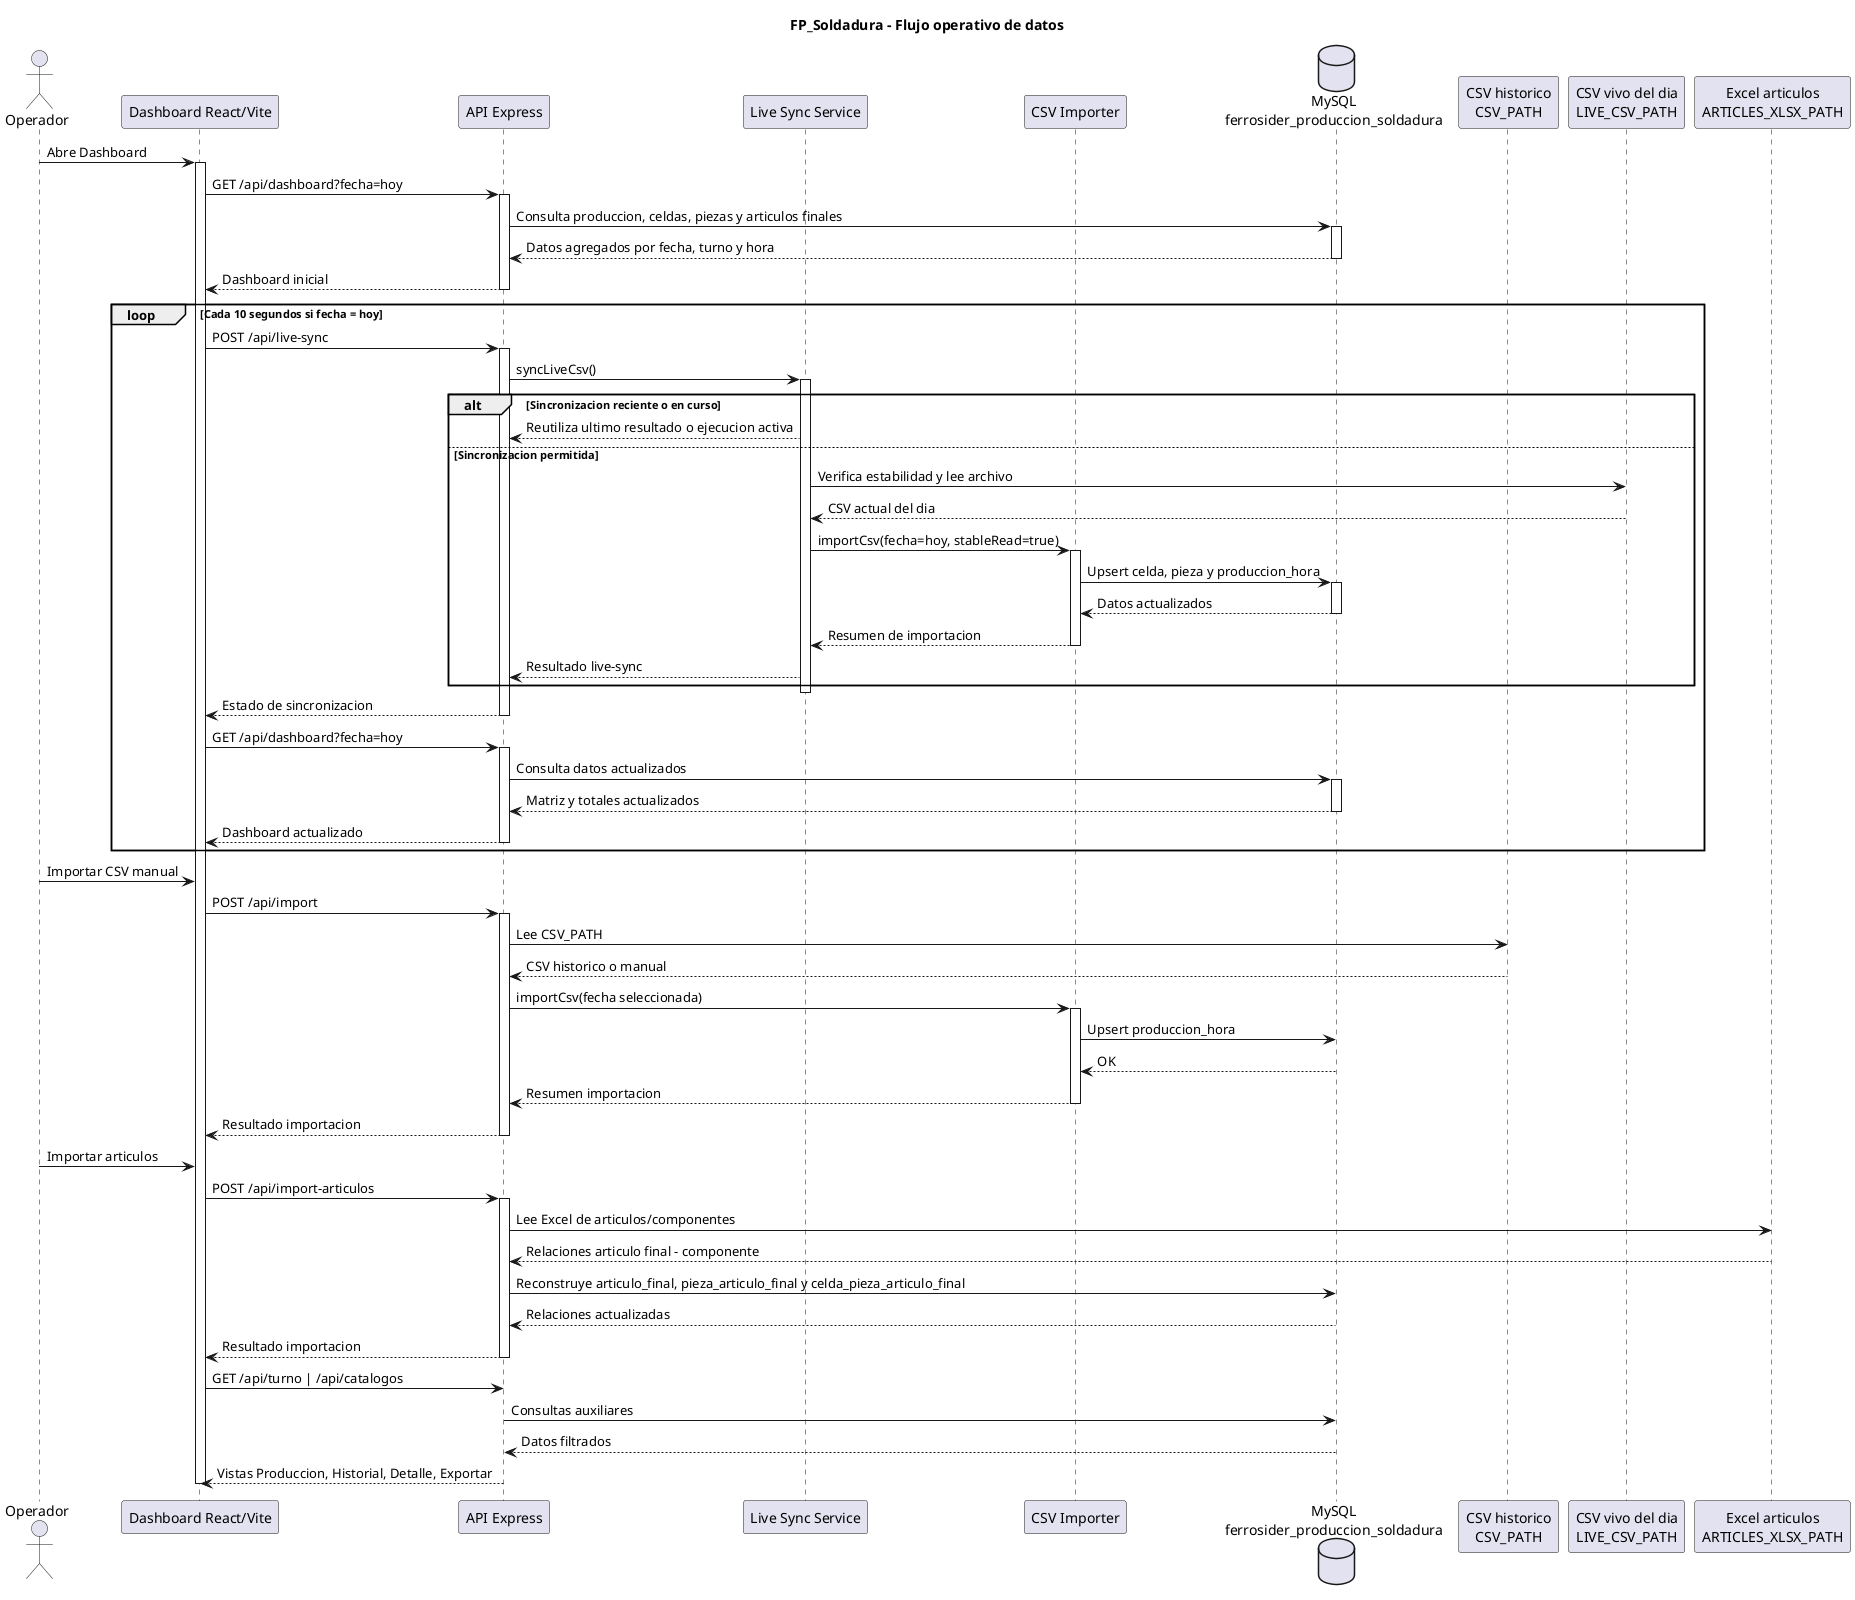
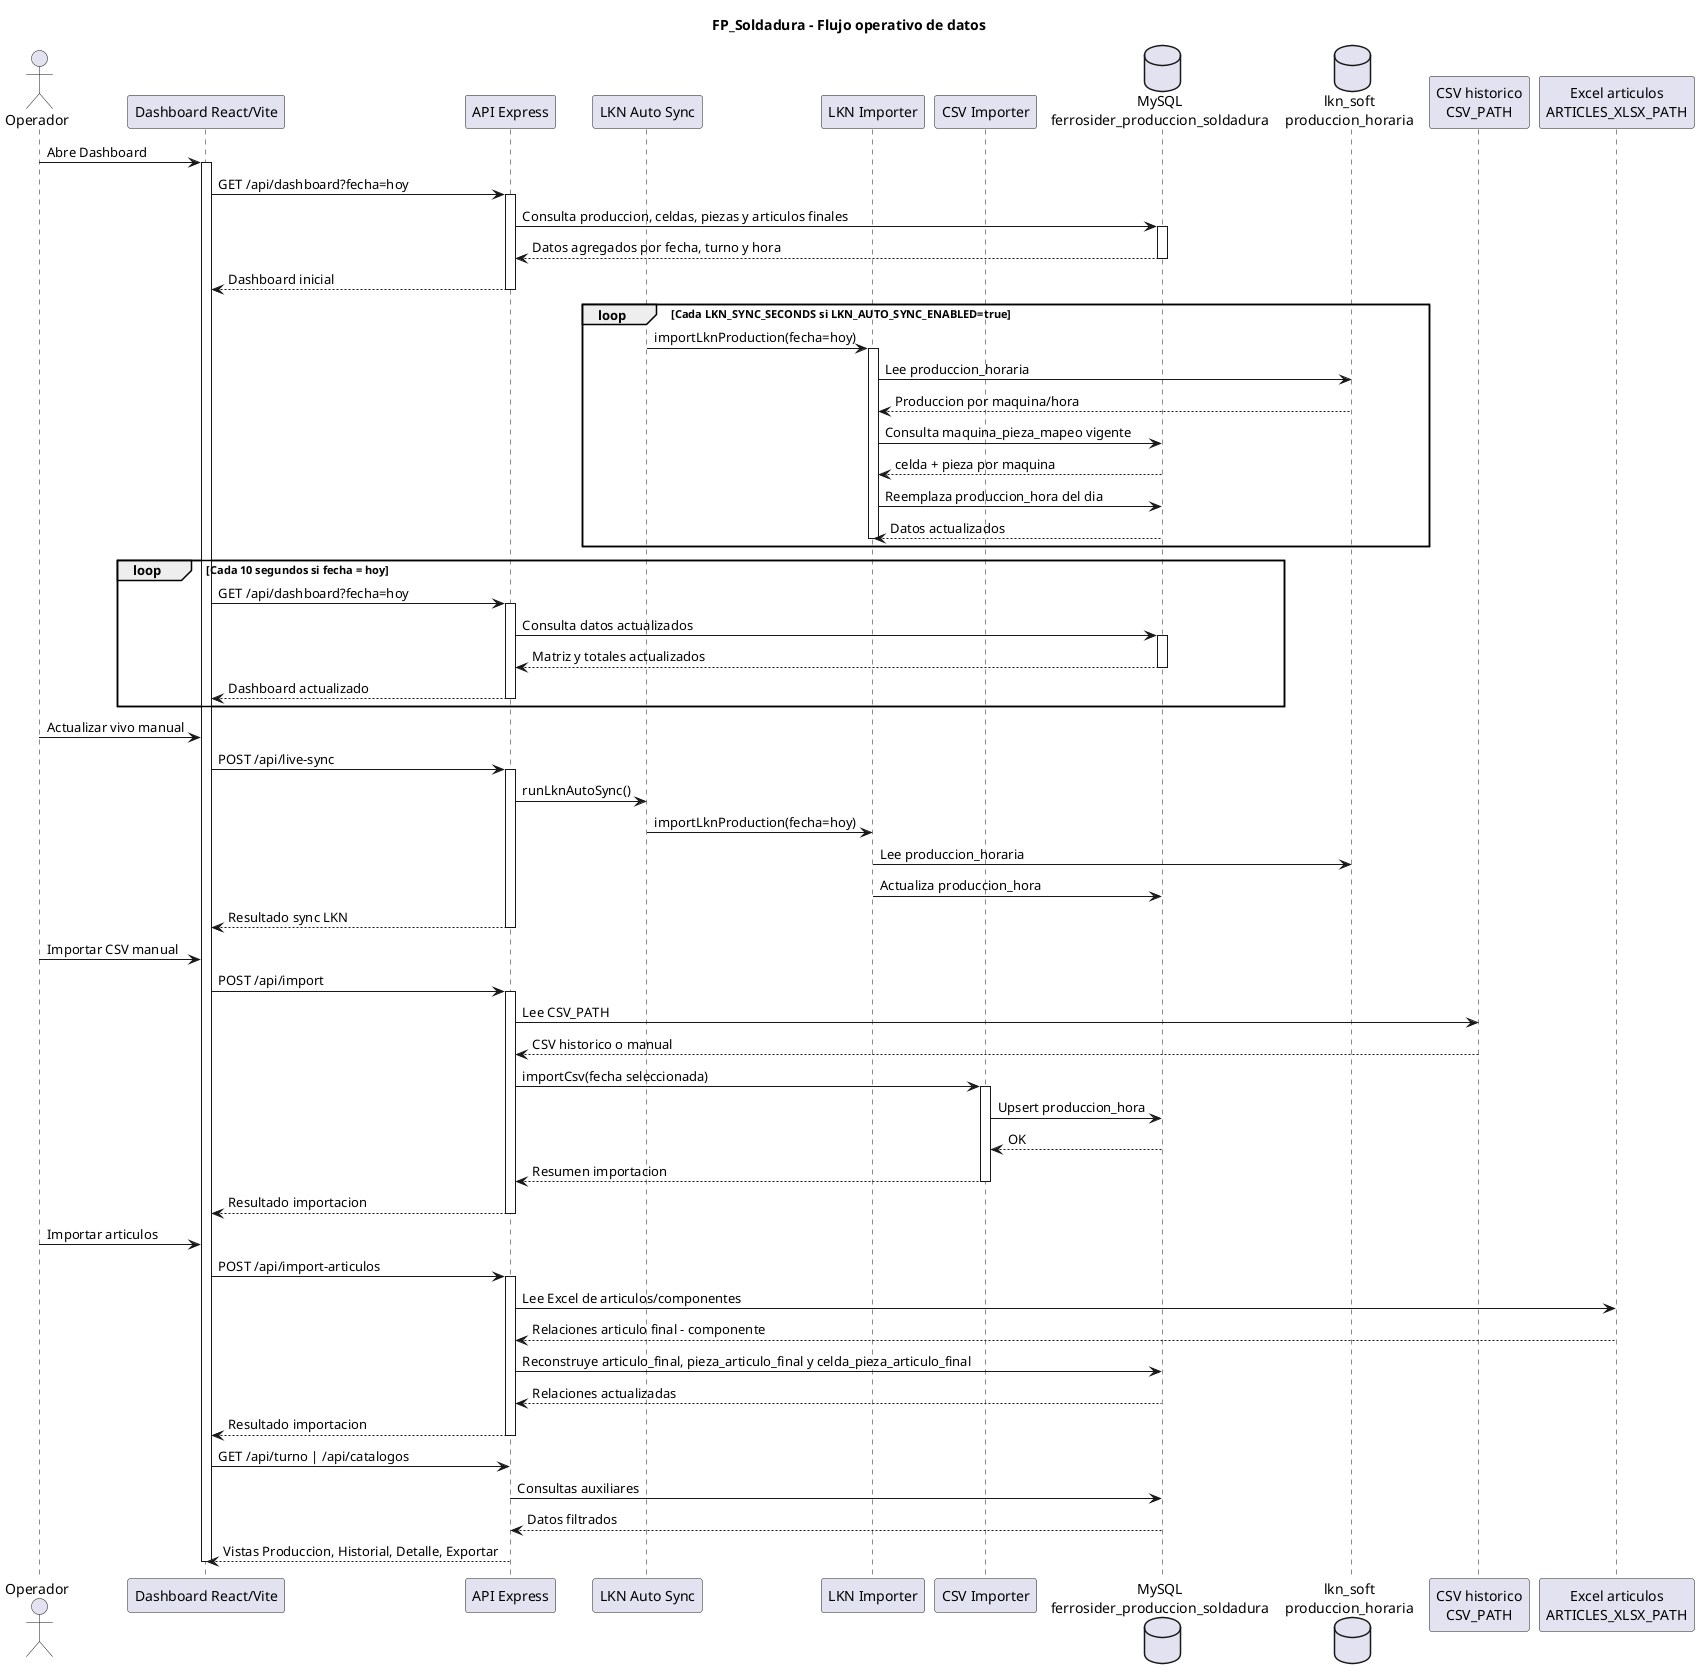
@startuml
title FP_Soldadura - Flujo operativo de datos

actor Operador
participant "Dashboard React/Vite" as Frontend
participant "API Express" as API
- participant "Live Sync Service" as LiveSync
+ participant "LKN Auto Sync" as LknSync
+ participant "LKN Importer" as LknImporter
participant "CSV Importer" as Importer
database "MySQL\nferrosider_produccion_soldadura" as DB
+ database "lkn_soft\nproduccion_horaria" as Lkn
participant "CSV historico\nCSV_PATH" as CsvManual
- participant "CSV vivo del dia\nLIVE_CSV_PATH" as CsvLive
participant "Excel articulos\nARTICLES_XLSX_PATH" as Excel

Operador -> Frontend : Abre Dashboard
activate Frontend
Frontend -> API : GET /api/dashboard?fecha=hoy
activate API
API -> DB : Consulta produccion, celdas, piezas y articulos finales
activate DB
DB --> API : Datos agregados por fecha, turno y hora
deactivate DB
API --> Frontend : Dashboard inicial
deactivate API

+ loop Cada LKN_SYNC_SECONDS si LKN_AUTO_SYNC_ENABLED=true
+   LknSync -> LknImporter : importLknProduction(fecha=hoy)
+   activate LknImporter
+   LknImporter -> Lkn : Lee produccion_horaria
+   Lkn --> LknImporter : Produccion por maquina/hora
+   LknImporter -> DB : Consulta maquina_pieza_mapeo vigente
+   DB --> LknImporter : celda + pieza por maquina
+   LknImporter -> DB : Reemplaza produccion_hora del dia
+   DB --> LknImporter : Datos actualizados
+   deactivate LknImporter
+ end
+ 
loop Cada 10 segundos si fecha = hoy
-   Frontend -> API : POST /api/live-sync
-   activate API
-   API -> LiveSync : syncLiveCsv()
-   activate LiveSync
- 
-   alt Sincronizacion reciente o en curso
-     LiveSync --> API : Reutiliza ultimo resultado o ejecucion activa
-   else Sincronizacion permitida
-     LiveSync -> CsvLive : Verifica estabilidad y lee archivo
-     CsvLive --> LiveSync : CSV actual del dia
-     LiveSync -> Importer : importCsv(fecha=hoy, stableRead=true)
-     activate Importer
-     Importer -> DB : Upsert celda, pieza y produccion_hora
-     activate DB
-     DB --> Importer : Datos actualizados
-     deactivate DB
-     Importer --> LiveSync : Resumen de importacion
-     deactivate Importer
-     LiveSync --> API : Resultado live-sync
-   end
- 
-   deactivate LiveSync
-   API --> Frontend : Estado de sincronizacion
-   deactivate API
- 
  Frontend -> API : GET /api/dashboard?fecha=hoy
  activate API
  API -> DB : Consulta datos actualizados
  activate DB
  DB --> API : Matriz y totales actualizados
  deactivate DB
  API --> Frontend : Dashboard actualizado
  deactivate API
end
+ 
+ Operador -> Frontend : Actualizar vivo manual
+ Frontend -> API : POST /api/live-sync
+ activate API
+ API -> LknSync : runLknAutoSync()
+ LknSync -> LknImporter : importLknProduction(fecha=hoy)
+ LknImporter -> Lkn : Lee produccion_horaria
+ LknImporter -> DB : Actualiza produccion_hora
+ API --> Frontend : Resultado sync LKN
+ deactivate API

Operador -> Frontend : Importar CSV manual
Frontend -> API : POST /api/import
activate API
API -> CsvManual : Lee CSV_PATH
CsvManual --> API : CSV historico o manual
API -> Importer : importCsv(fecha seleccionada)
activate Importer
Importer -> DB : Upsert produccion_hora
DB --> Importer : OK
Importer --> API : Resumen importacion
deactivate Importer
API --> Frontend : Resultado importacion
deactivate API

Operador -> Frontend : Importar articulos
Frontend -> API : POST /api/import-articulos
activate API
API -> Excel : Lee Excel de articulos/componentes
Excel --> API : Relaciones articulo final - componente
API -> DB : Reconstruye articulo_final, pieza_articulo_final y celda_pieza_articulo_final
DB --> API : Relaciones actualizadas
API --> Frontend : Resultado importacion
deactivate API

Frontend -> API : GET /api/turno | /api/catalogos
API -> DB : Consultas auxiliares
DB --> API : Datos filtrados
API --> Frontend : Vistas Produccion, Historial, Detalle, Exportar

deactivate Frontend
@enduml
